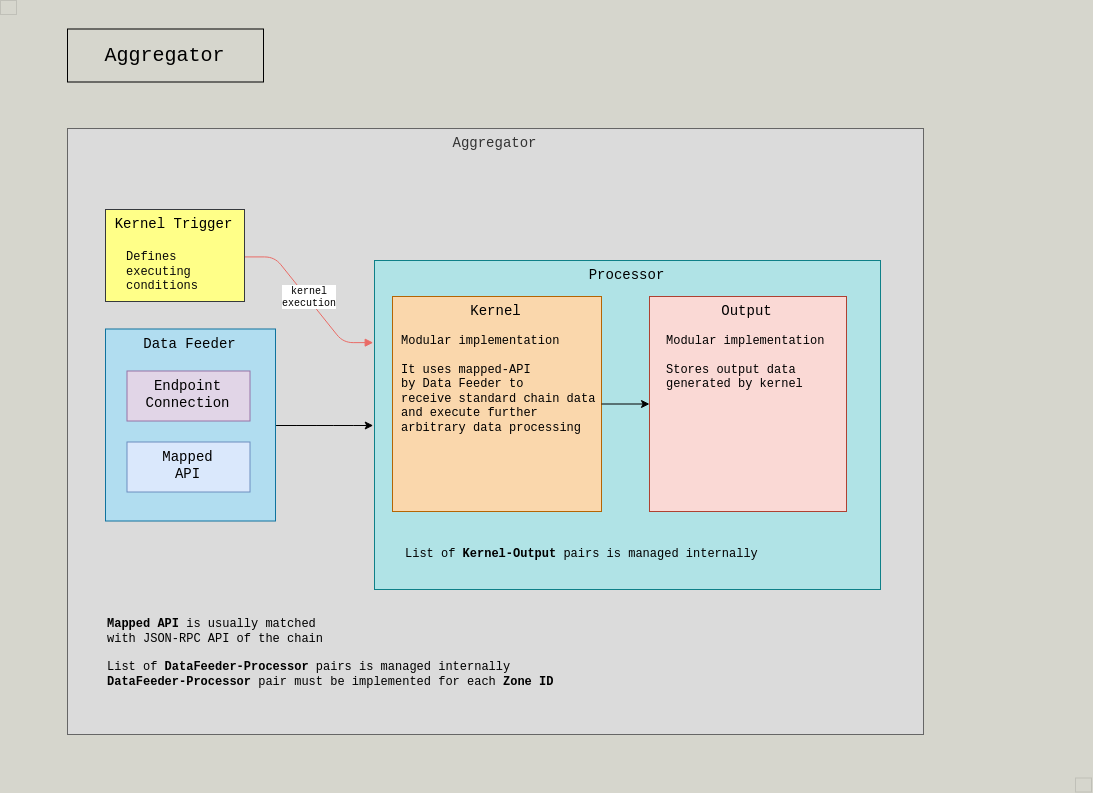
The draw.io diagram docs/resource/chainalytic-aggregator.png in yudus-labs/chainalytic-framework, before a commit. Source tidied: cells renumbered, new cells last; positions are measured from the earlier drawing's top-left corner, leaving out a move shared by most shapes.
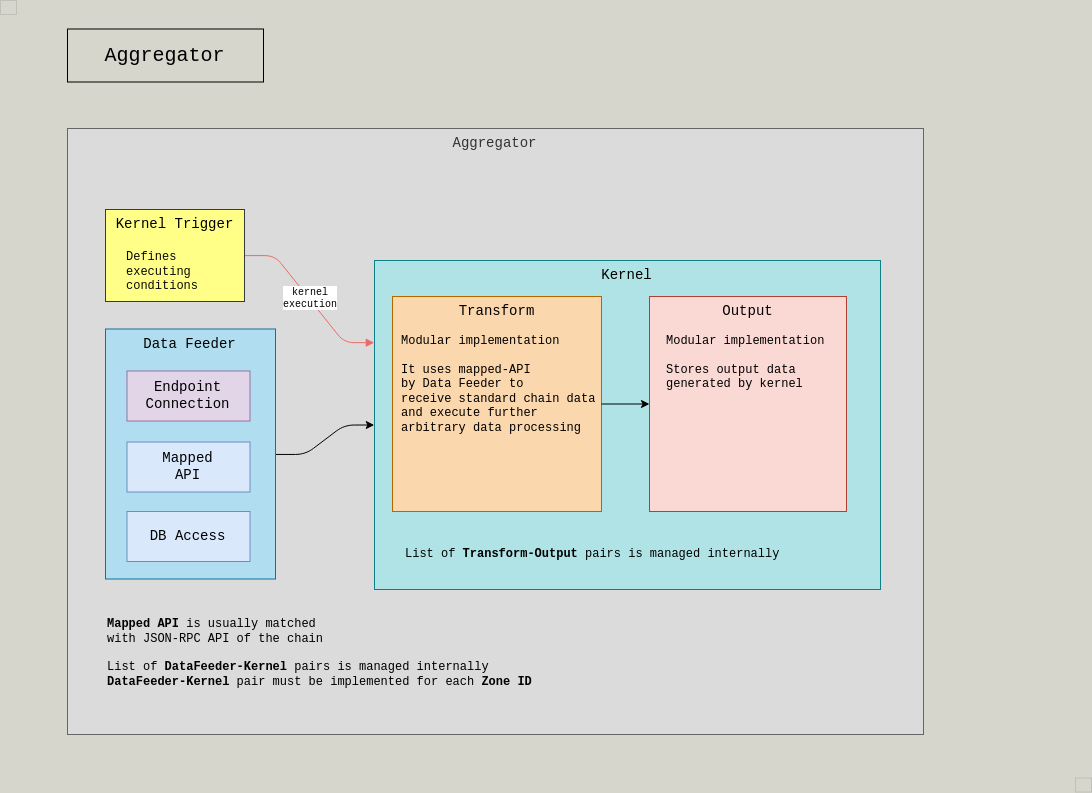
After the commit.

The edit, as a diff of the source:
```diff
@@ -20,10 +20,10 @@
     <mxCell id="7" value="Kernel Trigger" style="rounded=0;whiteSpace=wrap;html=1;fillColor=#ffff88;fontFamily=Courier New;fontSize=14;align=center;strokeColor=#36393d;verticalAlign=top;" parent="1" vertex="1">
       <mxGeometry x="105" y="209" width="139" height="92" as="geometry" />
     </mxCell>
-    <mxCell id="8" value="Processor" style="rounded=0;whiteSpace=wrap;html=1;fillColor=#b0e3e6;strokeColor=#0e8088;fontFamily=Courier New;fontSize=14;verticalAlign=top;" parent="1" vertex="1">
+    <mxCell id="8" value="Kernel" style="rounded=0;whiteSpace=wrap;html=1;fillColor=#b0e3e6;strokeColor=#0e8088;fontFamily=Courier New;fontSize=14;verticalAlign=top;" parent="1" vertex="1">
       <mxGeometry x="374" y="260" width="506" height="329" as="geometry" />
     </mxCell>
-    <mxCell id="9" value="&lt;div&gt;Kernel&lt;/div&gt;" style="rounded=0;whiteSpace=wrap;html=1;fontFamily=Courier New;fontSize=14;fillColor=#fad7ac;strokeColor=#b46504;verticalAlign=top;" parent="1" vertex="1">
+    <mxCell id="9" value="&lt;div&gt;Transform&lt;/div&gt;" style="rounded=0;whiteSpace=wrap;html=1;fontFamily=Courier New;fontSize=14;fillColor=#fad7ac;strokeColor=#b46504;verticalAlign=top;" parent="1" vertex="1">
       <mxGeometry x="392" y="296" width="209" height="215" as="geometry" />
     </mxCell>
     <mxCell id="10" value="&lt;div&gt;Output&lt;/div&gt;" style="rounded=0;whiteSpace=wrap;html=1;fontFamily=Courier New;fontSize=14;fillColor=#fad9d5;strokeColor=#ae4132;verticalAlign=top;" parent="1" vertex="1">
@@ -38,10 +38,10 @@
       </mxGeometry>
     </mxCell>
     <mxCell id="13" style="group;" parent="1" vertex="1">
-      <mxGeometry x="105" y="328.5" width="170" height="192" as="geometry" />
+      <mxGeometry x="105" y="328.5" width="170" height="250" as="geometry" />
     </mxCell>
     <mxCell id="14" value="&lt;div&gt;Data Feeder&lt;/div&gt;" style="rounded=0;whiteSpace=wrap;html=1;fontFamily=Courier New;fontSize=14;fillColor=#b1ddf0;strokeColor=#10739e;verticalAlign=top;align=center;" parent="13" vertex="1">
-      <mxGeometry width="170" height="192" as="geometry" />
+      <mxGeometry width="170" height="250" as="geometry" />
     </mxCell>
     <mxCell id="15" value="Mapped&lt;div style=&quot;font-size: 14px&quot;&gt;API&lt;br style=&quot;font-size: 14px&quot;&gt;&lt;/div&gt;" style="rounded=0;whiteSpace=wrap;html=1;fontFamily=Courier New;fontSize=14;align=center;fillColor=#dae8fc;strokeColor=#6c8ebf;" parent="13" vertex="1">
       <mxGeometry x="21.5" y="113" width="123" height="50" as="geometry" />
@@ -49,14 +49,17 @@
     <mxCell id="16" value="&lt;div&gt;Endpoint&lt;/div&gt;&lt;div&gt;Connection&lt;br&gt;&lt;/div&gt;" style="rounded=0;whiteSpace=wrap;html=1;fontFamily=Courier New;fontSize=14;align=center;fillColor=#e1d5e7;strokeColor=#9673a6;" parent="13" vertex="1">
       <mxGeometry x="21.5" y="42" width="123" height="50" as="geometry" />
     </mxCell>
+    <mxCell id="24" value="DB Access" style="rounded=0;whiteSpace=wrap;html=1;fontFamily=Courier New;fontSize=14;align=center;fillColor=#dae8fc;strokeColor=#6c8ebf;" parent="13" vertex="1">
+      <mxGeometry x="21.5" y="182.5" width="123" height="50" as="geometry" />
+    </mxCell>
     <mxCell id="17" value="&lt;div&gt;Modular implementation&lt;/div&gt;&lt;div&gt;&lt;br&gt;&lt;/div&gt;&lt;div&gt;It uses mapped-API&lt;/div&gt;&lt;div&gt;by Data Feeder to &lt;br&gt;&lt;/div&gt;&lt;div&gt;receive standard chain data&lt;/div&gt;&lt;div&gt;and execute further&lt;br&gt;&lt;/div&gt;&lt;div&gt;arbitrary data processing&lt;br&gt;&lt;/div&gt;" style="text;html=1;align=left;verticalAlign=middle;fontSize=12;fontFamily=Courier New;" parent="1" vertex="1">
       <mxGeometry x="398.5" y="332" width="204" height="102" as="geometry" />
     </mxCell>
-    <mxCell id="18" value="&lt;div&gt;List of &lt;b&gt;DataFeeder-Processor&lt;/b&gt; pairs is managed internally&lt;/div&gt;&lt;div&gt;&lt;b&gt;DataFeeder-Processor&lt;/b&gt; pair must be implemented for each &lt;b&gt;Zone ID&lt;br&gt;&lt;/b&gt;&lt;/div&gt;" style="text;html=1;align=left;verticalAlign=middle;fontSize=12;fontFamily=Courier New;" parent="1" vertex="1">
-      <mxGeometry x="105" y="657.5" width="456" height="32" as="geometry" />
+    <mxCell id="18" value="&lt;div&gt;List of &lt;b&gt;DataFeeder-Kernel&lt;/b&gt; pairs is managed internally&lt;/div&gt;&lt;div&gt;&lt;b&gt;DataFeeder-Kernel&lt;/b&gt; pair must be implemented for each &lt;b&gt;Zone ID&lt;br&gt;&lt;/b&gt;&lt;/div&gt;" style="text;html=1;align=left;verticalAlign=middle;fontSize=12;fontFamily=Courier New;" parent="1" vertex="1">
+      <mxGeometry x="105" y="657.5" width="435" height="32" as="geometry" />
     </mxCell>
-    <mxCell id="19" value="List of &lt;b&gt;Kernel-Output&lt;/b&gt; pairs is managed internally" style="text;html=1;align=left;verticalAlign=middle;fontSize=12;fontFamily=Courier New;" parent="1" vertex="1">
-      <mxGeometry x="403" y="544" width="363" height="18" as="geometry" />
+    <mxCell id="19" value="List of &lt;b&gt;Transform-Output&lt;/b&gt; pairs is managed internally" style="text;html=1;align=left;verticalAlign=middle;fontSize=12;fontFamily=Courier New;" parent="1" vertex="1">
+      <mxGeometry x="403" y="544" width="384" height="18" as="geometry" />
     </mxCell>
     <mxCell id="20" value="&lt;div&gt;Modular implementation&lt;/div&gt;&lt;div&gt;&lt;br&gt;&lt;/div&gt;&lt;div&gt;Stores output data &lt;br&gt;&lt;/div&gt;&lt;div&gt;generated by kernel&lt;br&gt;&lt;/div&gt;" style="text;html=1;align=left;verticalAlign=middle;fontSize=12;fontFamily=Courier New;" parent="1" vertex="1">
       <mxGeometry x="664" y="332" width="162" height="60" as="geometry" />
```
